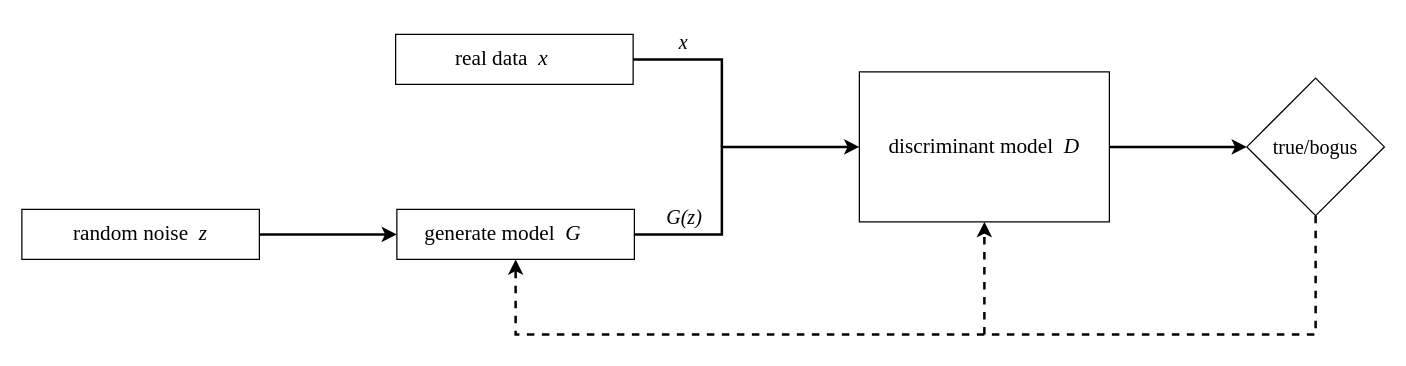
Before: GAN流程.drawio in LFNing/General, a draw.io diagram. Source tidied: cells renumbered, new cells numbered last; positions are measured from the earlier drawing's top-left corner, leaving out a move shared by most shapes. Both pictures are drawn from the tidied source at 125%, with x=0, y=0 at pixel (21, 21).
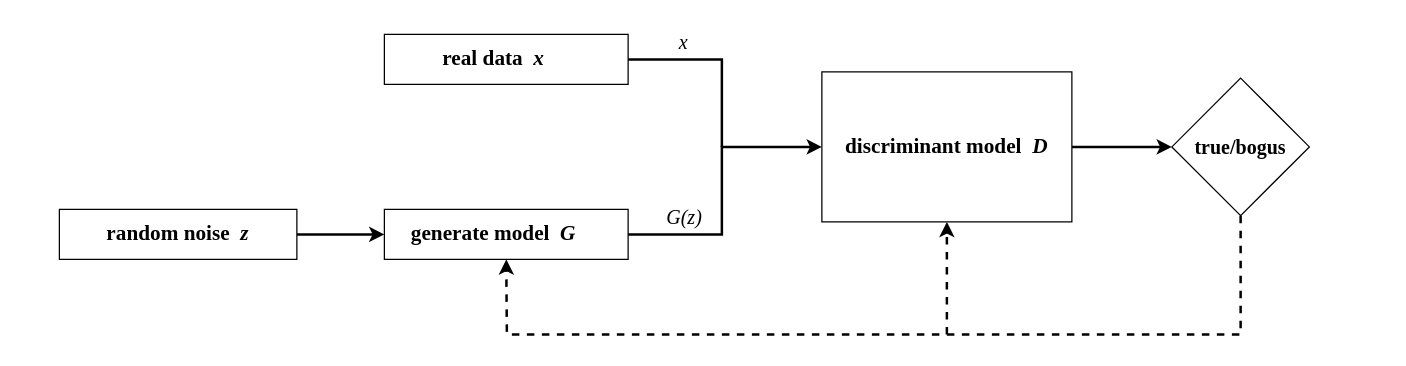
The same page after the edit.

The edit, as a diff of the source:
```diff
@@
-    <mxCell id="4" value="&lt;font face=&quot;Times New Roman&quot; style=&quot;&quot;&gt;&lt;span style=&quot;font-size: 17px;&quot;&gt;random noise&amp;nbsp;&amp;nbsp;&lt;i&gt;z&lt;/i&gt;&lt;/span&gt;&lt;/font&gt;" style="rounded=0;whiteSpace=wrap;html=1;" parent="1" vertex="1">
-      <mxGeometry y="150" width="190" height="40" as="geometry" />
+    <mxCell id="4" value="&lt;font face=&quot;Times New Roman&quot; style=&quot;&quot;&gt;&lt;span style=&quot;font-size: 17px;&quot;&gt;&lt;b&gt;random noise&amp;nbsp;&amp;nbsp;&lt;i&gt;z&lt;/i&gt;&lt;/b&gt;&lt;/span&gt;&lt;/font&gt;" style="rounded=0;whiteSpace=wrap;html=1;" parent="1" vertex="1">
+      <mxGeometry x="30" y="150" width="190" height="40" as="geometry" />
     </mxCell>
-    <mxCell id="5" value="&lt;ul style=&quot;box-sizing: border-box; border: 0px solid currentcolor; --tw-border-spacing-x: 0; --tw-border-spacing-y: 0; --tw-translate-x: 0; --tw-translate-y: 0; --tw-rotate: 0; --tw-skew-x: 0; --tw-skew-y: 0; --tw-scale-x: 1; --tw-scale-y: 1; --tw-pan-x: ; --tw-pan-y: ; --tw-pinch-zoom: ; --tw-scroll-snap-strictness: proximity; --tw-ordinal: ; --tw-slashed-zero: ; --tw-numeric-figure: ; --tw-numeric-spacing: ; --tw-numeric-fraction: ; --tw-ring-inset: ; --tw-ring-offset-width: 0px; --tw-ring-offset-color: #fff; --tw-ring-color: rgb(59 130 246 / 0.5); --tw-ring-offset-shadow: 0 0 #0000; --tw-ring-shadow: 0 0 #0000; --tw-shadow: 0 0 #0000; --tw-shadow-colored: 0 0 #0000; --tw-blur: ; --tw-brightness: ; --tw-contrast: ; --tw-grayscale: ; --tw-hue-rotate: ; --tw-invert: ; --tw-saturate: ; --tw-sepia: ; --tw-drop-shadow: ; --tw-backdrop-blur: ; --tw-backdrop-brightness: ; --tw-backdrop-contrast: ; --tw-backdrop-grayscale: ; --tw-backdrop-hue-rotate: ; --tw-backdrop-invert: ; --tw-backdrop-opacity: ; --tw-backdrop-saturate: ; --tw-backdrop-sepia: ; list-style: none; margin: 0px; padding: 0px; caret-color: rgb(0, 0, 0); text-size-adjust: auto;&quot; aria-labelledby=&quot;alternatives-heading&quot;&gt;&lt;li style=&quot;box-sizing: border-box; border: 0px solid currentcolor; --tw-border-spacing-x: 0; --tw-border-spacing-y: 0; --tw-translate-x: 0; --tw-translate-y: 0; --tw-rotate: 0; --tw-skew-x: 0; --tw-skew-y: 0; --tw-scale-x: 1; --tw-scale-y: 1; --tw-pan-x: ; --tw-pan-y: ; --tw-pinch-zoom: ; --tw-scroll-snap-strictness: proximity; --tw-ordinal: ; --tw-slashed-zero: ; --tw-numeric-figure: ; --tw-numeric-spacing: ; --tw-numeric-fraction: ; --tw-ring-inset: ; --tw-ring-offset-width: 0px; --tw-ring-offset-color: #fff; --tw-ring-color: rgb(59 130 246 / 0.5); --tw-ring-offset-shadow: 0 0 #0000; --tw-ring-shadow: 0 0 #0000; --tw-shadow: 0 0 #0000; --tw-shadow-colored: 0 0 #0000; --tw-blur: ; --tw-brightness: ; --tw-contrast: ; --tw-grayscale: ; --tw-hue-rotate: ; --tw-invert: ; --tw-saturate: ; --tw-sepia: ; --tw-drop-shadow: ; --tw-backdrop-blur: ; --tw-backdrop-brightness: ; --tw-backdrop-contrast: ; --tw-backdrop-grayscale: ; --tw-backdrop-hue-rotate: ; --tw-backdrop-invert: ; --tw-backdrop-opacity: ; --tw-backdrop-saturate: ; --tw-backdrop-sepia: ; padding-left: 15px; padding-right: 40px; margin-left: 5px; margin-right: 0px; pointer-events: initial; cursor: initial; list-style-type: none;&quot; class=&quot;lmt__translations_as_text__item&quot;&gt;&lt;font face=&quot;Times New Roman&quot; style=&quot;font-size: 17px;&quot;&gt;generate model&amp;nbsp;&amp;nbsp;&lt;i&gt;G&lt;/i&gt;&lt;/font&gt;&lt;/li&gt;&lt;/ul&gt;" style="rounded=0;whiteSpace=wrap;html=1;align=center;" parent="1" vertex="1">
-      <mxGeometry x="300" y="150" width="190" height="40" as="geometry" />
+    <mxCell id="5" value="&lt;ul style=&quot;box-sizing: border-box; border: 0px solid currentcolor; --tw-border-spacing-x: 0; --tw-border-spacing-y: 0; --tw-translate-x: 0; --tw-translate-y: 0; --tw-rotate: 0; --tw-skew-x: 0; --tw-skew-y: 0; --tw-scale-x: 1; --tw-scale-y: 1; --tw-pan-x: ; --tw-pan-y: ; --tw-pinch-zoom: ; --tw-scroll-snap-strictness: proximity; --tw-ordinal: ; --tw-slashed-zero: ; --tw-numeric-figure: ; --tw-numeric-spacing: ; --tw-numeric-fraction: ; --tw-ring-inset: ; --tw-ring-offset-width: 0px; --tw-ring-offset-color: #fff; --tw-ring-color: rgb(59 130 246 / 0.5); --tw-ring-offset-shadow: 0 0 #0000; --tw-ring-shadow: 0 0 #0000; --tw-shadow: 0 0 #0000; --tw-shadow-colored: 0 0 #0000; --tw-blur: ; --tw-brightness: ; --tw-contrast: ; --tw-grayscale: ; --tw-hue-rotate: ; --tw-invert: ; --tw-saturate: ; --tw-sepia: ; --tw-drop-shadow: ; --tw-backdrop-blur: ; --tw-backdrop-brightness: ; --tw-backdrop-contrast: ; --tw-backdrop-grayscale: ; --tw-backdrop-hue-rotate: ; --tw-backdrop-invert: ; --tw-backdrop-opacity: ; --tw-backdrop-saturate: ; --tw-backdrop-sepia: ; list-style: none; margin: 0px; padding: 0px; caret-color: rgb(0, 0, 0); text-size-adjust: auto;&quot; aria-labelledby=&quot;alternatives-heading&quot;&gt;&lt;li style=&quot;box-sizing: border-box; border: 0px solid currentcolor; --tw-border-spacing-x: 0; --tw-border-spacing-y: 0; --tw-translate-x: 0; --tw-translate-y: 0; --tw-rotate: 0; --tw-skew-x: 0; --tw-skew-y: 0; --tw-scale-x: 1; --tw-scale-y: 1; --tw-pan-x: ; --tw-pan-y: ; --tw-pinch-zoom: ; --tw-scroll-snap-strictness: proximity; --tw-ordinal: ; --tw-slashed-zero: ; --tw-numeric-figure: ; --tw-numeric-spacing: ; --tw-numeric-fraction: ; --tw-ring-inset: ; --tw-ring-offset-width: 0px; --tw-ring-offset-color: #fff; --tw-ring-color: rgb(59 130 246 / 0.5); --tw-ring-offset-shadow: 0 0 #0000; --tw-ring-shadow: 0 0 #0000; --tw-shadow: 0 0 #0000; --tw-shadow-colored: 0 0 #0000; --tw-blur: ; --tw-brightness: ; --tw-contrast: ; --tw-grayscale: ; --tw-hue-rotate: ; --tw-invert: ; --tw-saturate: ; --tw-sepia: ; --tw-drop-shadow: ; --tw-backdrop-blur: ; --tw-backdrop-brightness: ; --tw-backdrop-contrast: ; --tw-backdrop-grayscale: ; --tw-backdrop-hue-rotate: ; --tw-backdrop-invert: ; --tw-backdrop-opacity: ; --tw-backdrop-saturate: ; --tw-backdrop-sepia: ; padding-left: 15px; padding-right: 40px; margin-left: 5px; margin-right: 0px; pointer-events: initial; cursor: initial; list-style-type: none;&quot; class=&quot;lmt__translations_as_text__item&quot;&gt;&lt;font face=&quot;Times New Roman&quot; style=&quot;font-size: 17px;&quot;&gt;&lt;b&gt;generate model&amp;nbsp;&amp;nbsp;&lt;i&gt;G&lt;/i&gt;&lt;/b&gt;&lt;/font&gt;&lt;/li&gt;&lt;/ul&gt;" style="rounded=0;whiteSpace=wrap;html=1;align=center;" parent="1" vertex="1">
+      <mxGeometry x="290" y="150" width="195" height="40" as="geometry" />
     </mxCell>
-    <mxCell id="6" value="&lt;ul style=&quot;box-sizing: border-box; border: 0px solid currentcolor; --tw-border-spacing-x: 0; --tw-border-spacing-y: 0; --tw-translate-x: 0; --tw-translate-y: 0; --tw-rotate: 0; --tw-skew-x: 0; --tw-skew-y: 0; --tw-scale-x: 1; --tw-scale-y: 1; --tw-pan-x: ; --tw-pan-y: ; --tw-pinch-zoom: ; --tw-scroll-snap-strictness: proximity; --tw-ordinal: ; --tw-slashed-zero: ; --tw-numeric-figure: ; --tw-numeric-spacing: ; --tw-numeric-fraction: ; --tw-ring-inset: ; --tw-ring-offset-width: 0px; --tw-ring-offset-color: #fff; --tw-ring-color: rgb(59 130 246 / 0.5); --tw-ring-offset-shadow: 0 0 #0000; --tw-ring-shadow: 0 0 #0000; --tw-shadow: 0 0 #0000; --tw-shadow-colored: 0 0 #0000; --tw-blur: ; --tw-brightness: ; --tw-contrast: ; --tw-grayscale: ; --tw-hue-rotate: ; --tw-invert: ; --tw-saturate: ; --tw-sepia: ; --tw-drop-shadow: ; --tw-backdrop-blur: ; --tw-backdrop-brightness: ; --tw-backdrop-contrast: ; --tw-backdrop-grayscale: ; --tw-backdrop-hue-rotate: ; --tw-backdrop-invert: ; --tw-backdrop-opacity: ; --tw-backdrop-saturate: ; --tw-backdrop-sepia: ; list-style: none; margin: 0px; padding: 0px; caret-color: rgb(0, 0, 0); text-size-adjust: auto;&quot; aria-labelledby=&quot;alternatives-heading&quot;&gt;&lt;li style=&quot;box-sizing: border-box; border: 0px solid currentcolor; --tw-border-spacing-x: 0; --tw-border-spacing-y: 0; --tw-translate-x: 0; --tw-translate-y: 0; --tw-rotate: 0; --tw-skew-x: 0; --tw-skew-y: 0; --tw-scale-x: 1; --tw-scale-y: 1; --tw-pan-x: ; --tw-pan-y: ; --tw-pinch-zoom: ; --tw-scroll-snap-strictness: proximity; --tw-ordinal: ; --tw-slashed-zero: ; --tw-numeric-figure: ; --tw-numeric-spacing: ; --tw-numeric-fraction: ; --tw-ring-inset: ; --tw-ring-offset-width: 0px; --tw-ring-offset-color: #fff; --tw-ring-color: rgb(59 130 246 / 0.5); --tw-ring-offset-shadow: 0 0 #0000; --tw-ring-shadow: 0 0 #0000; --tw-shadow: 0 0 #0000; --tw-shadow-colored: 0 0 #0000; --tw-blur: ; --tw-brightness: ; --tw-contrast: ; --tw-grayscale: ; --tw-hue-rotate: ; --tw-invert: ; --tw-saturate: ; --tw-sepia: ; --tw-drop-shadow: ; --tw-backdrop-blur: ; --tw-backdrop-brightness: ; --tw-backdrop-contrast: ; --tw-backdrop-grayscale: ; --tw-backdrop-hue-rotate: ; --tw-backdrop-invert: ; --tw-backdrop-opacity: ; --tw-backdrop-saturate: ; --tw-backdrop-sepia: ; padding-left: 15px; padding-right: 40px; margin-left: 5px; margin-right: 0px; pointer-events: initial; cursor: initial; list-style-type: none;&quot; class=&quot;lmt__translations_as_text__item&quot;&gt;&lt;font face=&quot;Times New Roman&quot;&gt;&lt;span style=&quot;font-size: 17px;&quot;&gt;real data&amp;nbsp;&amp;nbsp;&lt;i&gt;x&lt;/i&gt;&lt;/span&gt;&lt;/font&gt;&lt;/li&gt;&lt;/ul&gt;" style="rounded=0;whiteSpace=wrap;html=1;align=center;" parent="1" vertex="1">
-      <mxGeometry x="299" y="10" width="190" height="40" as="geometry" />
+    <mxCell id="6" value="&lt;ul style=&quot;box-sizing: border-box; border: 0px solid currentcolor; --tw-border-spacing-x: 0; --tw-border-spacing-y: 0; --tw-translate-x: 0; --tw-translate-y: 0; --tw-rotate: 0; --tw-skew-x: 0; --tw-skew-y: 0; --tw-scale-x: 1; --tw-scale-y: 1; --tw-pan-x: ; --tw-pan-y: ; --tw-pinch-zoom: ; --tw-scroll-snap-strictness: proximity; --tw-ordinal: ; --tw-slashed-zero: ; --tw-numeric-figure: ; --tw-numeric-spacing: ; --tw-numeric-fraction: ; --tw-ring-inset: ; --tw-ring-offset-width: 0px; --tw-ring-offset-color: #fff; --tw-ring-color: rgb(59 130 246 / 0.5); --tw-ring-offset-shadow: 0 0 #0000; --tw-ring-shadow: 0 0 #0000; --tw-shadow: 0 0 #0000; --tw-shadow-colored: 0 0 #0000; --tw-blur: ; --tw-brightness: ; --tw-contrast: ; --tw-grayscale: ; --tw-hue-rotate: ; --tw-invert: ; --tw-saturate: ; --tw-sepia: ; --tw-drop-shadow: ; --tw-backdrop-blur: ; --tw-backdrop-brightness: ; --tw-backdrop-contrast: ; --tw-backdrop-grayscale: ; --tw-backdrop-hue-rotate: ; --tw-backdrop-invert: ; --tw-backdrop-opacity: ; --tw-backdrop-saturate: ; --tw-backdrop-sepia: ; list-style: none; margin: 0px; padding: 0px; caret-color: rgb(0, 0, 0); text-size-adjust: auto;&quot; aria-labelledby=&quot;alternatives-heading&quot;&gt;&lt;li style=&quot;box-sizing: border-box; border: 0px solid currentcolor; --tw-border-spacing-x: 0; --tw-border-spacing-y: 0; --tw-translate-x: 0; --tw-translate-y: 0; --tw-rotate: 0; --tw-skew-x: 0; --tw-skew-y: 0; --tw-scale-x: 1; --tw-scale-y: 1; --tw-pan-x: ; --tw-pan-y: ; --tw-pinch-zoom: ; --tw-scroll-snap-strictness: proximity; --tw-ordinal: ; --tw-slashed-zero: ; --tw-numeric-figure: ; --tw-numeric-spacing: ; --tw-numeric-fraction: ; --tw-ring-inset: ; --tw-ring-offset-width: 0px; --tw-ring-offset-color: #fff; --tw-ring-color: rgb(59 130 246 / 0.5); --tw-ring-offset-shadow: 0 0 #0000; --tw-ring-shadow: 0 0 #0000; --tw-shadow: 0 0 #0000; --tw-shadow-colored: 0 0 #0000; --tw-blur: ; --tw-brightness: ; --tw-contrast: ; --tw-grayscale: ; --tw-hue-rotate: ; --tw-invert: ; --tw-saturate: ; --tw-sepia: ; --tw-drop-shadow: ; --tw-backdrop-blur: ; --tw-backdrop-brightness: ; --tw-backdrop-contrast: ; --tw-backdrop-grayscale: ; --tw-backdrop-hue-rotate: ; --tw-backdrop-invert: ; --tw-backdrop-opacity: ; --tw-backdrop-saturate: ; --tw-backdrop-sepia: ; padding-left: 15px; padding-right: 40px; margin-left: 5px; margin-right: 0px; pointer-events: initial; cursor: initial; list-style-type: none;&quot; class=&quot;lmt__translations_as_text__item&quot;&gt;&lt;font face=&quot;Times New Roman&quot;&gt;&lt;span style=&quot;font-size: 17px;&quot;&gt;&lt;b&gt;real data&amp;nbsp;&amp;nbsp;&lt;i&gt;x&lt;/i&gt;&lt;/b&gt;&lt;/span&gt;&lt;/font&gt;&lt;/li&gt;&lt;/ul&gt;" style="rounded=0;whiteSpace=wrap;html=1;align=center;" parent="1" vertex="1">
+      <mxGeometry x="290" y="10" width="195" height="40" as="geometry" />
     </mxCell>
@@
-    <mxCell id="8" value="discriminant model&amp;nbsp; &lt;i&gt;D&lt;/i&gt;" style="rounded=0;whiteSpace=wrap;html=1;fontFamily=Times New Roman;fontSize=17;" parent="1" vertex="1">
-      <mxGeometry x="670" y="40" width="200" height="120" as="geometry" />
+    <mxCell id="8" value="&lt;b&gt;discriminant model&amp;nbsp; &lt;i&gt;D&lt;/i&gt;&lt;/b&gt;" style="rounded=0;whiteSpace=wrap;html=1;fontFamily=Times New Roman;fontSize=17;" parent="1" vertex="1">
+      <mxGeometry x="640" y="40" width="200" height="120" as="geometry" />
     </mxCell>
-    <mxCell id="9" value="&lt;a style=&quot;box-sizing: border-box; border: 0px solid currentcolor; --tw-border-spacing-x: 0; --tw-border-spacing-y: 0; --tw-translate-x: 0; --tw-translate-y: 0; --tw-rotate: 0; --tw-skew-x: 0; --tw-skew-y: 0; --tw-scale-x: 1; --tw-scale-y: 1; --tw-pan-x: ; --tw-pan-y: ; --tw-pinch-zoom: ; --tw-scroll-snap-strictness: proximity; --tw-ordinal: ; --tw-slashed-zero: ; --tw-numeric-figure: ; --tw-numeric-spacing: ; --tw-numeric-fraction: ; --tw-ring-inset: ; --tw-ring-offset-width: 0px; --tw-ring-offset-color: #fff; --tw-ring-color: rgb(59 130 246 / 0.5); --tw-ring-offset-shadow: 0 0 #0000; --tw-ring-shadow: 0 0 #0000; --tw-shadow: 0 0 #0000; --tw-shadow-colored: 0 0 #0000; --tw-blur: ; --tw-brightness: ; --tw-contrast: ; --tw-grayscale: ; --tw-hue-rotate: ; --tw-invert: ; --tw-saturate: ; --tw-sepia: ; --tw-drop-shadow: ; --tw-backdrop-blur: ; --tw-backdrop-brightness: ; --tw-backdrop-contrast: ; --tw-backdrop-grayscale: ; --tw-backdrop-hue-rotate: ; --tw-backdrop-invert: ; --tw-backdrop-opacity: ; --tw-backdrop-saturate: ; --tw-backdrop-sepia: ; line-height: 24px; caret-color: rgb(38, 81, 128); text-align: left; text-size-adjust: auto;&quot; class=&quot;dictLink featured&quot; id=&quot;dictEntry10001879697&quot;&gt;&lt;font style=&quot;font-size: 16px;&quot;&gt;true/bogus&lt;/font&gt;&lt;/a&gt;" style="rhombus;whiteSpace=wrap;html=1;fontFamily=Times New Roman;fontSize=17;" parent="1" vertex="1">
-      <mxGeometry x="980" y="45" width="110" height="110" as="geometry" />
+    <mxCell id="9" value="&lt;a style=&quot;box-sizing: border-box; border: 0px solid currentcolor; --tw-border-spacing-x: 0; --tw-border-spacing-y: 0; --tw-translate-x: 0; --tw-translate-y: 0; --tw-rotate: 0; --tw-skew-x: 0; --tw-skew-y: 0; --tw-scale-x: 1; --tw-scale-y: 1; --tw-pan-x: ; --tw-pan-y: ; --tw-pinch-zoom: ; --tw-scroll-snap-strictness: proximity; --tw-ordinal: ; --tw-slashed-zero: ; --tw-numeric-figure: ; --tw-numeric-spacing: ; --tw-numeric-fraction: ; --tw-ring-inset: ; --tw-ring-offset-width: 0px; --tw-ring-offset-color: #fff; --tw-ring-color: rgb(59 130 246 / 0.5); --tw-ring-offset-shadow: 0 0 #0000; --tw-ring-shadow: 0 0 #0000; --tw-shadow: 0 0 #0000; --tw-shadow-colored: 0 0 #0000; --tw-blur: ; --tw-brightness: ; --tw-contrast: ; --tw-grayscale: ; --tw-hue-rotate: ; --tw-invert: ; --tw-saturate: ; --tw-sepia: ; --tw-drop-shadow: ; --tw-backdrop-blur: ; --tw-backdrop-brightness: ; --tw-backdrop-contrast: ; --tw-backdrop-grayscale: ; --tw-backdrop-hue-rotate: ; --tw-backdrop-invert: ; --tw-backdrop-opacity: ; --tw-backdrop-saturate: ; --tw-backdrop-sepia: ; line-height: 24px; caret-color: rgb(38, 81, 128); text-align: left; text-size-adjust: auto;&quot; class=&quot;dictLink featured&quot; id=&quot;dictEntry10001879697&quot;&gt;&lt;font style=&quot;font-size: 16px;&quot;&gt;&lt;b&gt;true/bogus&lt;/b&gt;&lt;/font&gt;&lt;/a&gt;" style="rhombus;whiteSpace=wrap;html=1;fontFamily=Times New Roman;fontSize=17;" parent="1" vertex="1">
+      <mxGeometry x="920" y="45" width="110" height="110" as="geometry" />
     </mxCell>
@@
     <mxCell id="13" style="endArrow=classic;html=1;rounded=0;fontFamily=Times New Roman;fontSize=16;fontColor=#000000;strokeWidth=2;exitX=0.5;exitY=1;exitDx=0;exitDy=0;entryX=0.5;entryY=1;entryDx=0;entryDy=0;dashed=1;" parent="1" edge="1" source="9" target="5">
       <mxGeometry relative="1" as="geometry">
         <Array as="points">
-          <mxPoint x="1035" y="250" />
+          <mxPoint x="975" y="250" />
           <mxPoint x="740" y="250" />
-          <mxPoint x="395" y="250" />
+          <mxPoint x="388" y="250" />
         </Array>
       </mxGeometry>
     </mxCell>
     <mxCell id="14" style="endArrow=classic;html=1;rounded=0;dashed=1;fontFamily=Times New Roman;fontSize=16;fontColor=#000000;strokeWidth=2;entryX=0.5;entryY=1;entryDx=0;entryDy=0;" parent="1" edge="1" target="8">
       <mxGeometry relative="1" as="geometry">
-        <mxPoint x="770" y="250" as="sourcePoint" />
+        <mxPoint x="740" y="250" as="sourcePoint" />
       </mxGeometry>
     </mxCell>
```
